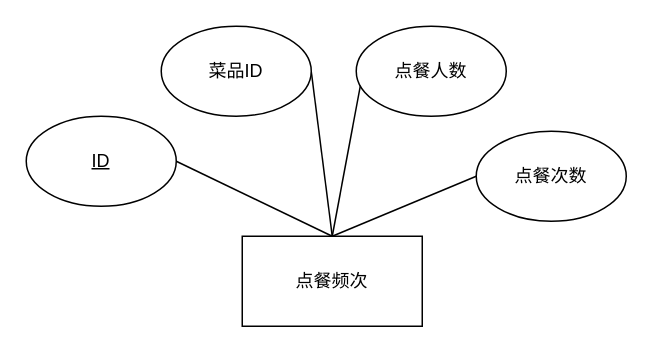
Before: page "点餐频次E-R图" (14 of 18) of main.drawio in bzerozero7/test, a draw.io diagram. Source tidied: cells renumbered, new cells numbered last; positions are measured from the earlier drawing's top-left corner, leaving out a move shared by most shapes. Both pictures are drawn from the tidied source at 150%, with x=0, y=0 at pixel (26, 26).
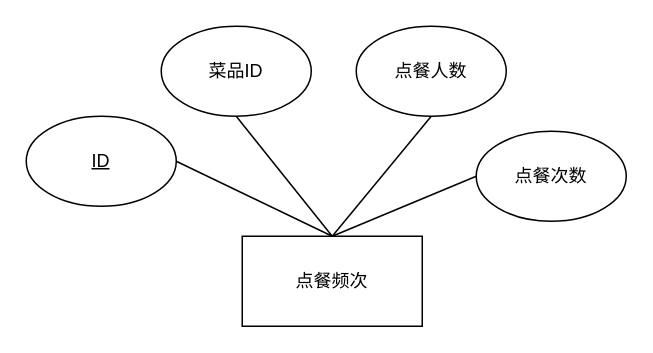
The same page after the edit.

Change to the diagram source:
```diff
@@
 <mxGraphModel>
   <root>
     <mxCell id="0" />
     <mxCell id="1" parent="0" />
     <mxCell id="2" value="点餐频次" style="rounded=0;whiteSpace=wrap;html=1;" parent="1" vertex="1">
       <mxGeometry x="144" y="140" width="120" height="60" as="geometry" />
     </mxCell>
     <mxCell id="3" style="rounded=0;jettySize=auto;html=1;exitX=1;exitY=0.5;exitDx=0;exitDy=0;entryX=0.5;entryY=0;entryDx=0;entryDy=0;endArrow=none;startFill=0;" parent="1" edge="1" source="4" target="2">
       <mxGeometry relative="1" as="geometry" />
     </mxCell>
     <mxCell id="4" value="&lt;u&gt;ID&lt;/u&gt;" style="ellipse;whiteSpace=wrap;html=1;" parent="1" vertex="1">
       <mxGeometry y="60" width="100" height="60" as="geometry" />
     </mxCell>
-    <mxCell id="5" style="rounded=0;jettySize=auto;html=1;exitX=1;exitY=0.5;exitDx=0;exitDy=0;entryX=0.5;entryY=0;entryDx=0;entryDy=0;endArrow=none;startFill=0;" parent="1" edge="1" source="6" target="2">
+    <mxCell id="5" style="rounded=0;jettySize=auto;html=1;exitX=0.5;exitY=1;exitDx=0;exitDy=0;entryX=0.5;entryY=0;entryDx=0;entryDy=0;endArrow=none;startFill=0;" parent="1" edge="1" source="6" target="2">
       <mxGeometry relative="1" as="geometry" />
     </mxCell>
     <mxCell id="6" value="菜品ID" style="ellipse;whiteSpace=wrap;html=1;" parent="1" vertex="1">
       <mxGeometry x="90" width="100" height="60" as="geometry" />
     </mxCell>
-    <mxCell id="7" style="rounded=0;jettySize=auto;html=1;exitX=0.029;exitY=0.645;exitDx=0;exitDy=0;entryX=0.5;entryY=0;entryDx=0;entryDy=0;endArrow=none;startFill=0;exitPerimeter=0;" parent="1" edge="1" source="8" target="2">
+    <mxCell id="7" style="rounded=0;jettySize=auto;html=1;exitX=0.5;exitY=1;exitDx=0;exitDy=0;entryX=0.5;entryY=0;entryDx=0;entryDy=0;endArrow=none;startFill=0;" parent="1" edge="1" source="8" target="2">
       <mxGeometry relative="1" as="geometry" />
     </mxCell>
     <mxCell id="8" value="点餐人数" style="ellipse;whiteSpace=wrap;html=1;" parent="1" vertex="1">
       <mxGeometry x="220" width="100" height="60" as="geometry" />
     </mxCell>
     <mxCell id="9" style="rounded=0;jettySize=auto;html=1;exitX=0;exitY=0.5;exitDx=0;exitDy=0;entryX=0.5;entryY=0;entryDx=0;entryDy=0;endArrow=none;startFill=0;" parent="1" edge="1" source="10" target="2">
       <mxGeometry relative="1" as="geometry" />
     </mxCell>
     <mxCell id="10" value="点餐次数" style="ellipse;whiteSpace=wrap;html=1;" parent="1" vertex="1">
       <mxGeometry x="300" y="70" width="100" height="60" as="geometry" />
     </mxCell>
   </root>
 </mxGraphModel>
```
